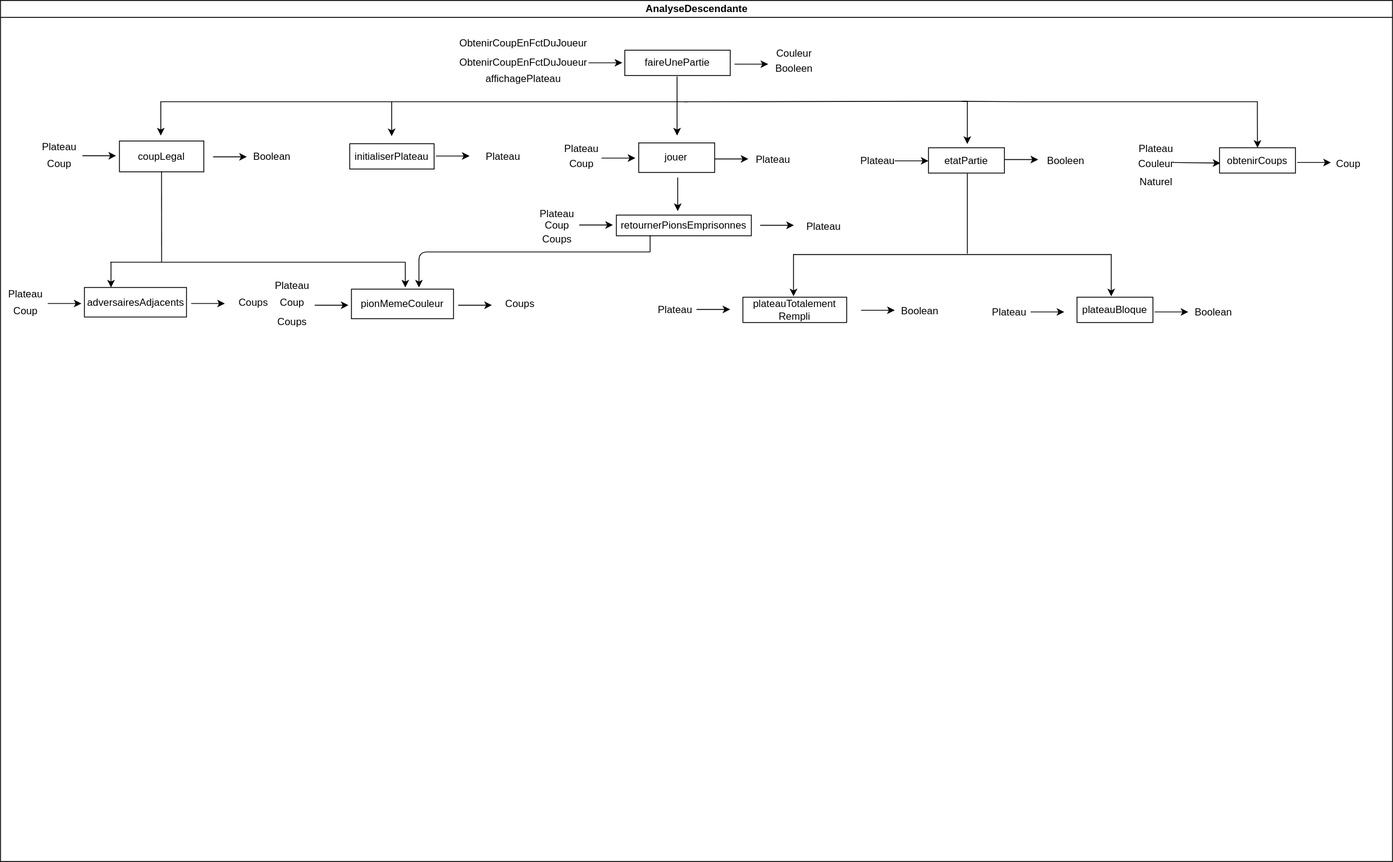
This is rapport/analyse/NouveauFaireUnePartie.drawio.svg from Sachawski/othelloiti3, a draw.io export, as it was before one commit. Source tidied: cells renumbered, new cells last; positions are measured from the earlier drawing's top-left corner, leaving out a move shared by most shapes.
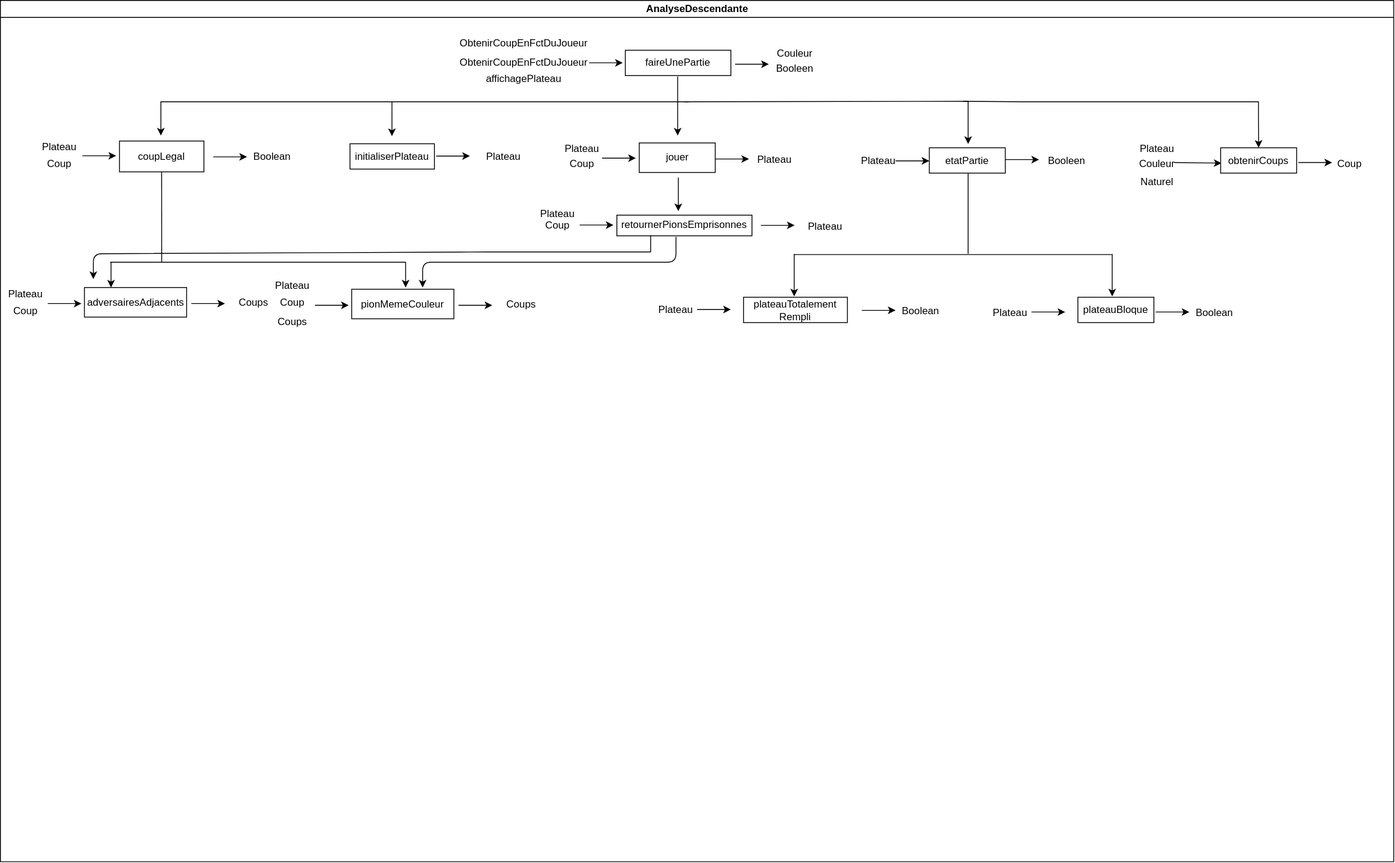
Above is the later version.

What changed in the source:
```diff
@@ -110,9 +110,6 @@
     <mxCell id="24" value="Coup" style="text;html=1;strokeColor=none;fillColor=none;align=center;verticalAlign=middle;whiteSpace=wrap;rounded=0;" parent="20" vertex="1">
       <mxGeometry y="14" width="60" height="30" as="geometry" />
     </mxCell>
-    <mxCell id="25" value="Coups" style="text;html=1;strokeColor=none;fillColor=none;align=center;verticalAlign=middle;whiteSpace=wrap;rounded=0;" parent="20" vertex="1">
-      <mxGeometry y="30" width="60" height="30" as="geometry" />
-    </mxCell>
     <mxCell id="26" value="retournerPionsEmprisonnes" style="rounded=0;whiteSpace=wrap;html=1;" parent="20" vertex="1">
       <mxGeometry x="100" y="16.8" width="160" height="24.5" as="geometry" />
     </mxCell>
@@ -329,11 +326,11 @@
     <mxCell id="78" style="endArrow=classic;html=1;" parent="2" edge="1">
       <mxGeometry relative="1" as="geometry">
         <mxPoint x="770" y="297.9" as="sourcePoint" />
-        <mxPoint x="496" y="340" as="targetPoint" />
+        <mxPoint x="110" y="330" as="targetPoint" />
         <Array as="points">
           <mxPoint x="636" y="297.9" />
           <mxPoint x="566" y="297.9" />
-          <mxPoint x="496" y="297.9" />
+          <mxPoint x="110" y="300" />
         </Array>
       </mxGeometry>
     </mxCell>
@@ -413,5 +410,15 @@
     <mxCell id="95" value="ObtenirCoupEnFctDuJoueur" style="text;html=1;strokeColor=none;fillColor=none;align=center;verticalAlign=middle;whiteSpace=wrap;rounded=0;" parent="2" vertex="1">
       <mxGeometry x="525" y="59" width="190" height="30" as="geometry" />
     </mxCell>
+    <mxCell id="96" style="endArrow=classic;html=1;" parent="1" edge="1">
+      <mxGeometry relative="1" as="geometry">
+        <mxPoint x="800" y="280" as="sourcePoint" />
+        <mxPoint x="500" y="340" as="targetPoint" />
+        <Array as="points">
+          <mxPoint x="800" y="310" />
+          <mxPoint x="500" y="310" />
+        </Array>
+      </mxGeometry>
+    </mxCell>
   </root>
 </mxGraphModel>
```
